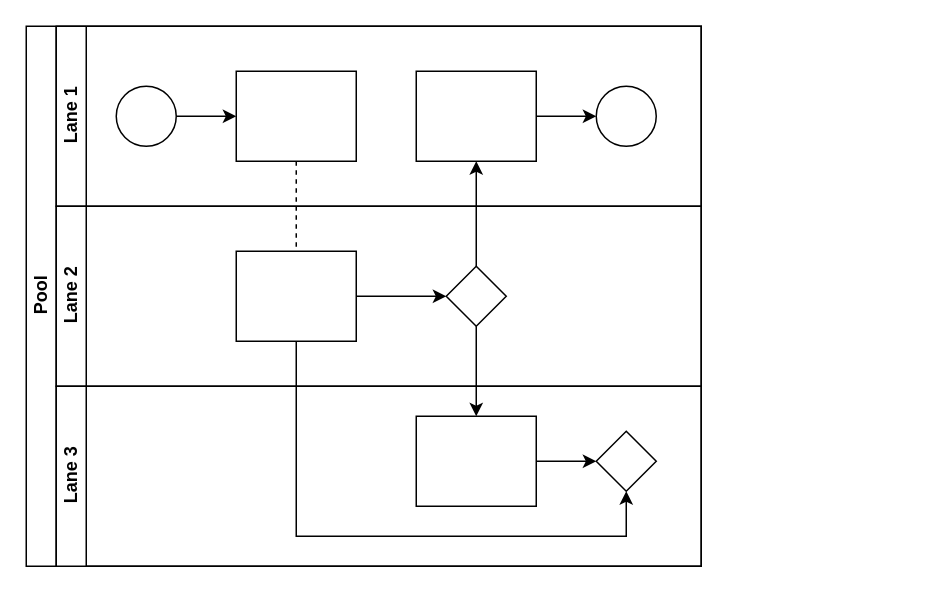
Before: med.drawio in mouafikmohammed/alx-low_level_programming, a draw.io diagram. Source tidied: cells renumbered, new cells numbered last; positions are measured from the earlier drawing's top-left corner, leaving out a move shared by most shapes. Both pictures are drawn from the tidied source at 150%, with x=0, y=0 at pixel (26, 26).
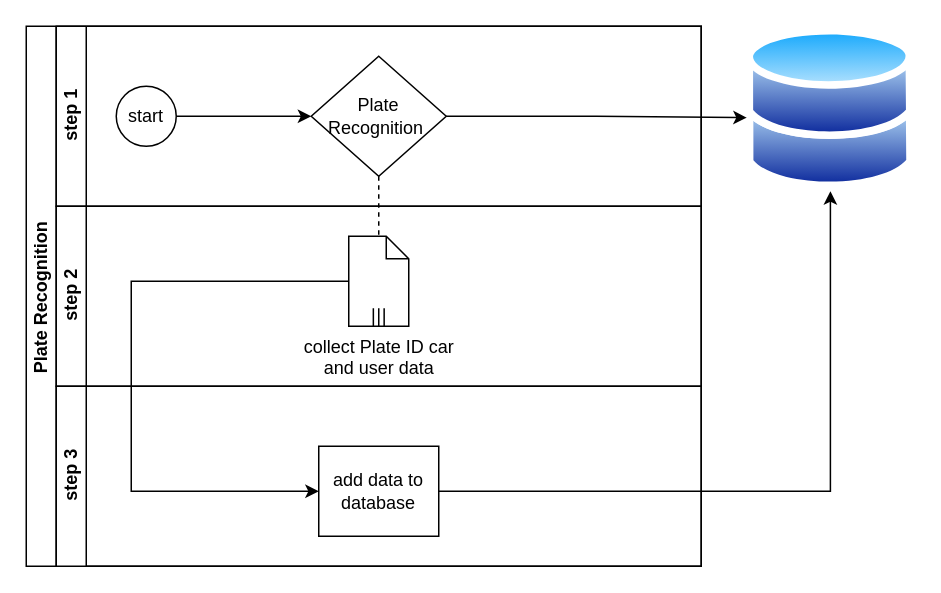
Above is the later version.

What changed in the source:
```diff
@@
-    <mxCell id="2" value="Pool" style="swimlane;html=1;horizontal=0;startSize=20;" parent="1" vertex="1">
+    <mxCell id="2" value="Plate Recognition&amp;nbsp;" style="swimlane;html=1;horizontal=0;startSize=20;" parent="1" vertex="1">
       <mxGeometry width="450" height="360" as="geometry" />
     </mxCell>
-    <mxCell id="3" style="edgeStyle=orthogonalEdgeStyle;rounded=0;jettySize=auto;html=1;dashed=1;endArrow=none;endFill=0;" parent="2" edge="1" source="10" target="16">
+    <mxCell id="3" style="edgeStyle=orthogonalEdgeStyle;rounded=0;jettySize=auto;html=1;dashed=1;endArrow=none;endFill=0;exitX=0.5;exitY=1;exitDx=0;exitDy=0;entryX=0.5;entryY=0;entryDx=0;entryDy=0;entryPerimeter=0;" parent="2" edge="1" source="22" target="23">
       <mxGeometry relative="1" as="geometry" />
     </mxCell>
-    <mxCell id="4" style="edgeStyle=orthogonalEdgeStyle;rounded=0;jettySize=auto;html=1;endArrow=classic;endFill=1;" parent="2" edge="1" source="17" target="12">
-      <mxGeometry relative="1" as="geometry" />
-    </mxCell>
-    <mxCell id="5" style="edgeStyle=orthogonalEdgeStyle;rounded=0;jettySize=auto;html=1;endArrow=classic;endFill=1;" parent="2" edge="1" source="17" target="20">
-      <mxGeometry relative="1" as="geometry" />
-    </mxCell>
-    <mxCell id="6" style="edgeStyle=orthogonalEdgeStyle;rounded=0;jettySize=auto;html=1;endArrow=classic;endFill=1;" parent="2" edge="1" source="16" target="21">
-      <mxGeometry relative="1" as="geometry">
-        <Array as="points">
-          <mxPoint x="180" y="340" />
-          <mxPoint x="400" y="340" />
-        </Array>
-      </mxGeometry>
-    </mxCell>
-    <mxCell id="7" value="Lane 1" style="swimlane;html=1;startSize=20;horizontal=0;" parent="2" vertex="1">
+    <mxCell id="7" value="step 1&lt;br&gt;" style="swimlane;html=1;startSize=20;horizontal=0;" parent="2" vertex="1">
       <mxGeometry x="20" width="430" height="120" as="geometry" />
     </mxCell>
-    <mxCell id="8" style="edgeStyle=orthogonalEdgeStyle;rounded=0;jettySize=auto;html=1;" parent="7" edge="1" source="9" target="10">
+    <mxCell id="8" style="edgeStyle=orthogonalEdgeStyle;rounded=0;jettySize=auto;html=1;entryX=0;entryY=0.5;entryDx=0;entryDy=0;" parent="7" edge="1" source="9" target="22">
       <mxGeometry relative="1" as="geometry" />
     </mxCell>
-    <mxCell id="9" style="ellipse;whiteSpace=wrap;html=1;" parent="7" vertex="1">
+    <mxCell id="9" value="start" style="ellipse;whiteSpace=wrap;html=1;" parent="7" vertex="1">
       <mxGeometry x="40" y="40" width="40" height="40" as="geometry" />
     </mxCell>
-    <mxCell id="10" style="rounded=0;whiteSpace=wrap;html=1;fontFamily=Helvetica;fontSize=12;fontColor=#000000;align=center;" parent="7" vertex="1">
-      <mxGeometry x="120" y="30" width="80" height="60" as="geometry" />
-    </mxCell>
+    <mxCell id="22" value="Plate Recognition&amp;nbsp;" style="rhombus;whiteSpace=wrap;html=1;fontFamily=Helvetica;fontSize=12;fontColor=#000000;align=center;" parent="7" vertex="1">
+      <mxGeometry x="170" y="20" width="90" height="80" as="geometry" />
+    </mxCell>
+    <mxCell id="14" value="step 2" style="swimlane;html=1;startSize=20;horizontal=0;" parent="2" vertex="1">
+      <mxGeometry x="20" y="120" width="430" height="120" as="geometry" />
+    </mxCell>
+    <mxCell id="23" value="collect Plate ID car&lt;br&gt;and user data" style="shape=mxgraph.bpmn.data;labelPosition=center;verticalLabelPosition=bottom;align=center;verticalAlign=top;size=15;html=1;bpmnTransferType=none;isCollection=1;" parent="14" vertex="1">
+      <mxGeometry x="195" y="20" width="40" height="60" as="geometry" />
+    </mxCell>
+    <mxCell id="18" value="step 3" style="swimlane;html=1;startSize=20;horizontal=0;" parent="2" vertex="1">
+      <mxGeometry x="20" y="240" width="430" height="120" as="geometry" />
+    </mxCell>
+    <mxCell id="20" value="add data to database" style="rounded=0;whiteSpace=wrap;html=1;fontFamily=Helvetica;fontSize=12;fontColor=#000000;align=center;" parent="18" vertex="1">
+      <mxGeometry x="175" y="40" width="80" height="60" as="geometry" />
+    </mxCell>
+    <mxCell id="6" style="edgeStyle=orthogonalEdgeStyle;rounded=0;jettySize=auto;html=1;endArrow=classic;endFill=1;exitX=0;exitY=0.5;exitDx=0;exitDy=0;exitPerimeter=0;entryX=0;entryY=0.5;entryDx=0;entryDy=0;" parent="2" edge="1" source="23" target="20">
+      <mxGeometry relative="1" as="geometry">
+        <Array as="points">
+          <mxPoint x="70" y="170" />
+          <mxPoint x="70" y="310" />
+        </Array>
+      </mxGeometry>
+    </mxCell>
+    <mxCell id="24" style="image;perimeter=ellipsePerimeter;html=1;align=center;shadow=0;dashed=0;spacingTop=3;image=img/lib/active_directory/databases.svg;" parent="1" vertex="1">
+      <mxGeometry x="480" width="112.2" height="110" as="geometry" />
+    </mxCell>
-    <mxCell id="11" style="edgeStyle=orthogonalEdgeStyle;rounded=0;jettySize=auto;html=1;endArrow=classic;endFill=1;" parent="7" edge="1" source="12" target="13">
+    <mxCell id="11" style="edgeStyle=orthogonalEdgeStyle;rounded=0;jettySize=auto;html=1;endArrow=classic;endFill=1;exitX=1;exitY=0.5;exitDx=0;exitDy=0;entryX=0.003;entryY=0.554;entryDx=0;entryDy=0;entryPerimeter=0;" parent="1" edge="1" source="22" target="24">
       <mxGeometry relative="1" as="geometry" />
     </mxCell>
-    <mxCell id="12" style="rounded=0;whiteSpace=wrap;html=1;fontFamily=Helvetica;fontSize=12;fontColor=#000000;align=center;" parent="7" vertex="1">
-      <mxGeometry x="240" y="30" width="80" height="60" as="geometry" />
-    </mxCell>
-    <mxCell id="13" style="ellipse;whiteSpace=wrap;html=1;" parent="7" vertex="1">
-      <mxGeometry x="360" y="40" width="40" height="40" as="geometry" />
-    </mxCell>
-    <mxCell id="14" value="Lane 2" style="swimlane;html=1;startSize=20;horizontal=0;" parent="2" vertex="1">
-      <mxGeometry x="20" y="120" width="430" height="120" as="geometry" />
-    </mxCell>
-    <mxCell id="15" style="edgeStyle=orthogonalEdgeStyle;rounded=0;jettySize=auto;html=1;endArrow=classic;endFill=1;" parent="14" edge="1" source="16" target="17">
-      <mxGeometry relative="1" as="geometry" />
-    </mxCell>
-    <mxCell id="16" style="rounded=0;whiteSpace=wrap;html=1;fontFamily=Helvetica;fontSize=12;fontColor=#000000;align=center;" parent="14" vertex="1">
-      <mxGeometry x="120" y="30" width="80" height="60" as="geometry" />
-    </mxCell>
-    <mxCell id="17" style="rhombus;whiteSpace=wrap;html=1;fontFamily=Helvetica;fontSize=12;fontColor=#000000;align=center;" parent="14" vertex="1">
-      <mxGeometry x="260" y="40" width="40" height="40" as="geometry" />
-    </mxCell>
-    <mxCell id="18" value="Lane 3" style="swimlane;html=1;startSize=20;horizontal=0;" parent="2" vertex="1">
-      <mxGeometry x="20" y="240" width="430" height="120" as="geometry" />
-    </mxCell>
-    <mxCell id="19" style="edgeStyle=orthogonalEdgeStyle;rounded=0;jettySize=auto;html=1;endArrow=classic;endFill=1;" parent="18" edge="1" source="20" target="21">
+    <mxCell id="19" style="edgeStyle=orthogonalEdgeStyle;rounded=0;jettySize=auto;html=1;endArrow=classic;endFill=1;entryX=0.5;entryY=1;entryDx=0;entryDy=0;" parent="1" edge="1" source="20" target="24">
       <mxGeometry relative="1" as="geometry" />
     </mxCell>
-    <mxCell id="20" style="rounded=0;whiteSpace=wrap;html=1;fontFamily=Helvetica;fontSize=12;fontColor=#000000;align=center;" parent="18" vertex="1">
-      <mxGeometry x="240" y="20" width="80" height="60" as="geometry" />
-    </mxCell>
-    <mxCell id="21" style="rhombus;whiteSpace=wrap;html=1;fontFamily=Helvetica;fontSize=12;fontColor=#000000;align=center;" parent="18" vertex="1">
-      <mxGeometry x="360" y="30" width="40" height="40" as="geometry" />
-    </mxCell>
```
